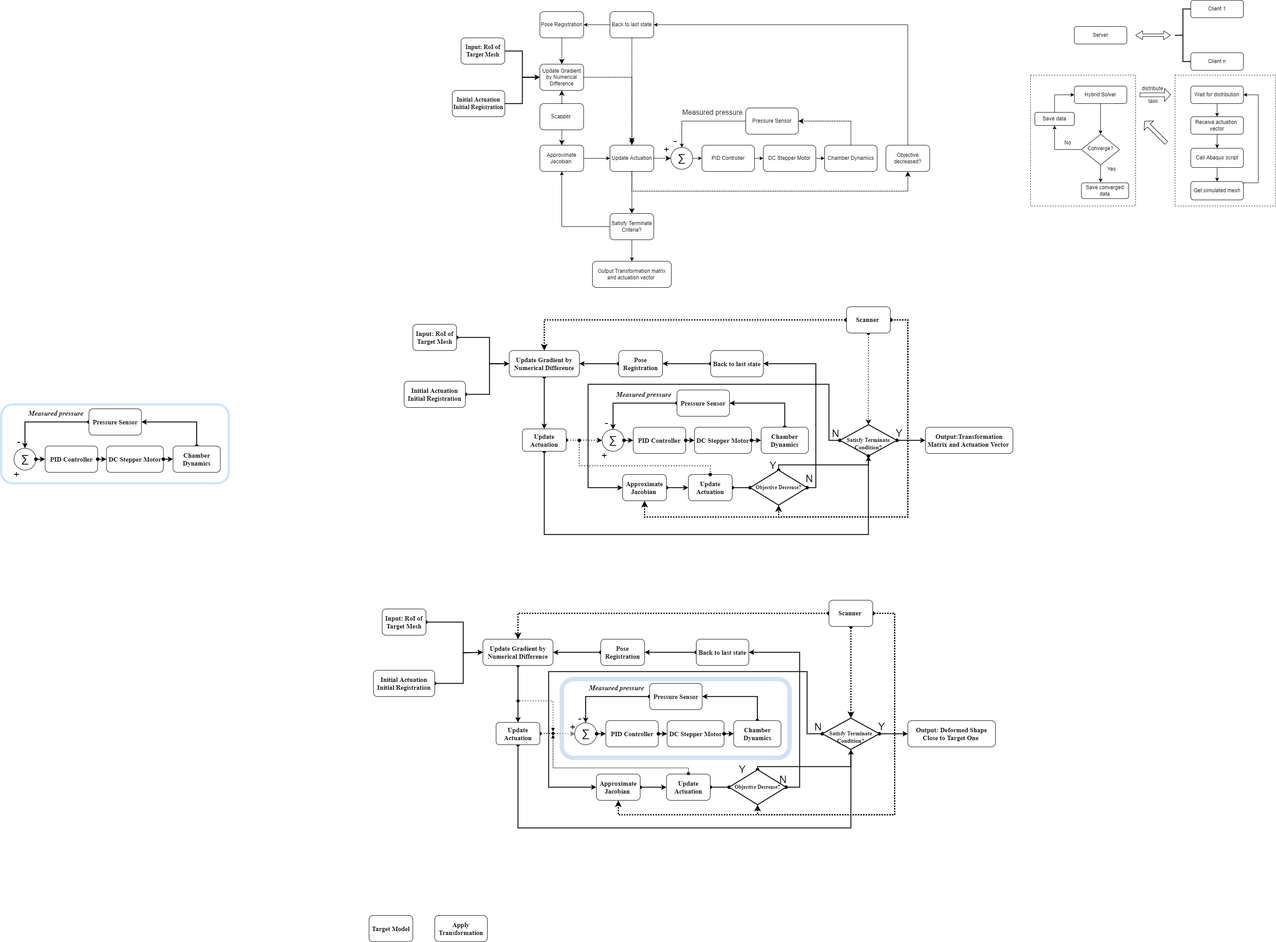
Before: flowchart.png, a diagram exported from draw.io (YingGwan/TyporaUploadImg). Source tidied: cells renumbered, new cells last; positions are measured from the earlier drawing's top-left corner, leaving out a move shared by most shapes.
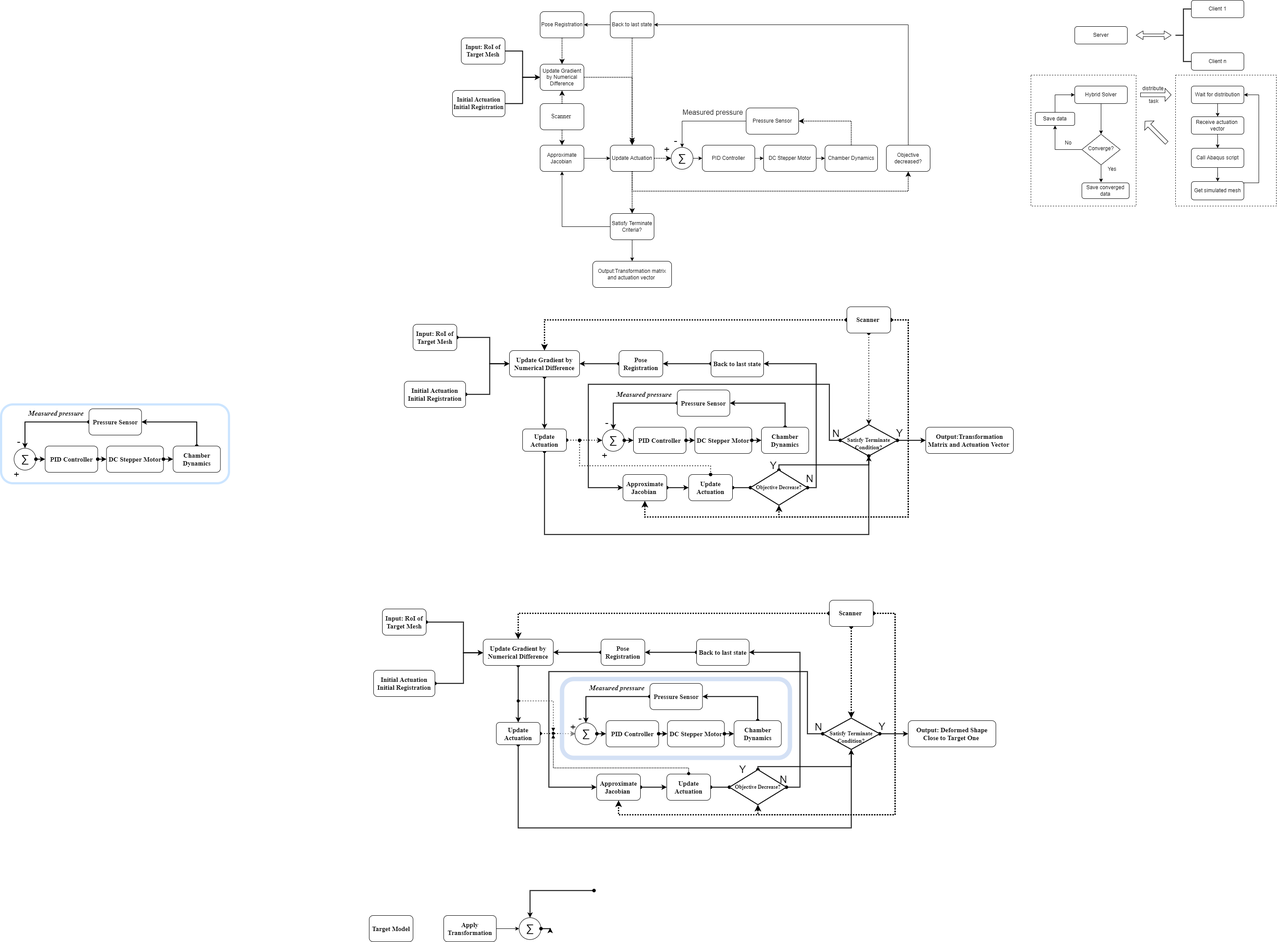
The same diagram one commit later.

Diff of the diagram source:
```diff
@@ -697,8 +697,24 @@
     <mxCell id="185" value="&lt;font face=&quot;Times New Roman&quot; size=&quot;1&quot;&gt;&lt;b style=&quot;font-size: 15px&quot;&gt;Target Model&lt;/b&gt;&lt;/font&gt;" style="rounded=1;whiteSpace=wrap;html=1;" parent="1" vertex="1">
       <mxGeometry x="840" y="2090" width="100" height="60" as="geometry" />
     </mxCell>
+    <mxCell id="187" style="edgeStyle=orthogonalEdgeStyle;rounded=0;jettySize=auto;html=1;exitX=1;exitY=0.5;exitDx=0;exitDy=0;entryX=0;entryY=0.5;entryDx=0;entryDy=0;" parent="1" edge="1" source="186" target="188">
+      <mxGeometry relative="1" as="geometry" />
+    </mxCell>
     <mxCell id="186" value="&lt;font face=&quot;Times New Roman&quot; size=&quot;1&quot;&gt;&lt;b style=&quot;font-size: 15px&quot;&gt;Apply Transformation&lt;/b&gt;&lt;/font&gt;" style="rounded=1;whiteSpace=wrap;html=1;" parent="1" vertex="1">
-      <mxGeometry x="990" y="2090" width="120" height="60" as="geometry" />
+      <mxGeometry x="1010" y="2090" width="120" height="60" as="geometry" />
     </mxCell>
+    <mxCell id="188" value="&lt;font style=&quot;font-size: 24px&quot;&gt;∑&lt;/font&gt;" style="ellipse;whiteSpace=wrap;html=1;" parent="1" vertex="1">
+      <mxGeometry x="1182" y="2095" width="50" height="50" as="geometry" />
+    </mxCell>
+    <mxCell id="189" style="edgeStyle=orthogonalEdgeStyle;rounded=0;jettySize=auto;html=1;exitX=0;exitY=0.5;exitDx=0;exitDy=0;entryX=0.5;entryY=0;entryDx=0;entryDy=0;strokeWidth=2;startArrow=oval;startFill=1;" parent="1" edge="1" target="188">
+      <mxGeometry relative="1" as="geometry">
+        <mxPoint x="1353" y="2033" as="sourcePoint" />
+      </mxGeometry>
+    </mxCell>
+    <mxCell id="190" style="edgeStyle=orthogonalEdgeStyle;rounded=0;jettySize=auto;html=1;exitX=1;exitY=0.5;exitDx=0;exitDy=0;entryX=0;entryY=0.5;entryDx=0;entryDy=0;strokeWidth=2;startArrow=oval;startFill=1;" parent="1" edge="1" source="188">
+      <mxGeometry relative="1" as="geometry">
+        <mxPoint x="1253" y="2118" as="targetPoint" />
+      </mxGeometry>
+    </mxCell>
   </root>
 </mxGraphModel>
```
